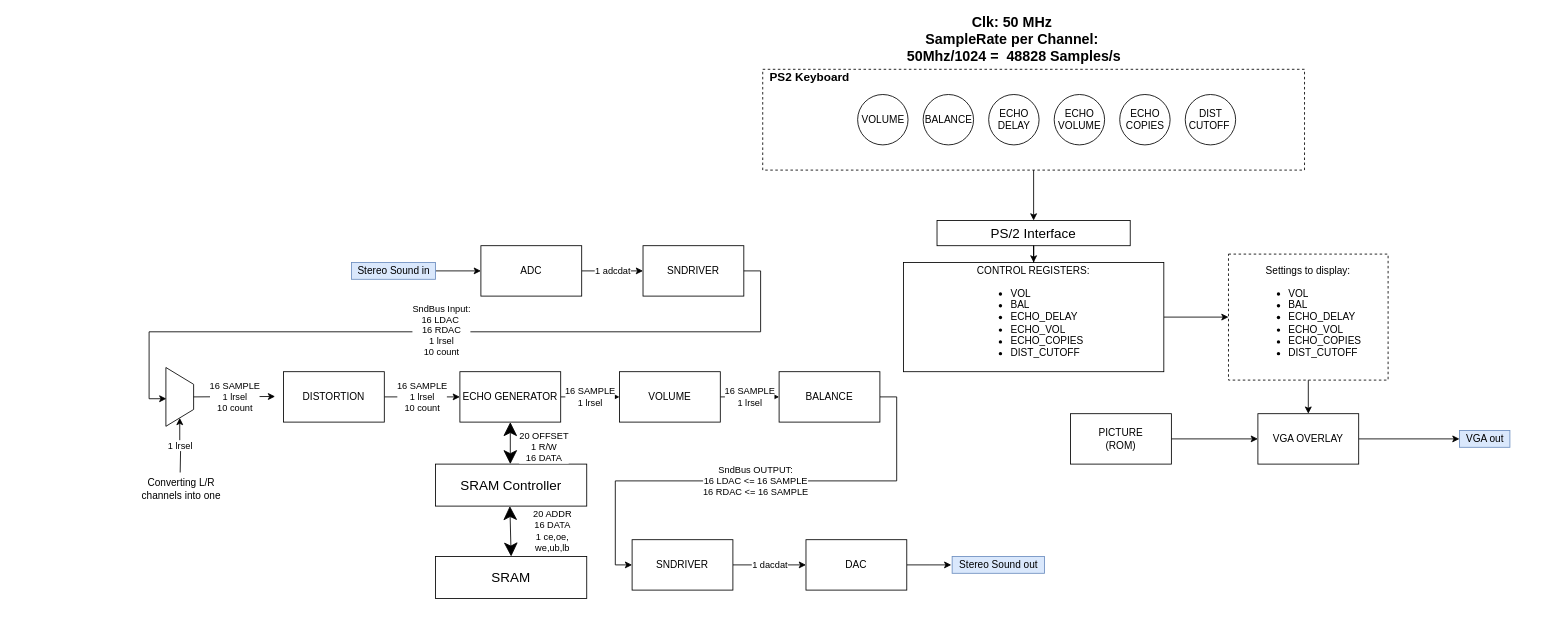
JoeyStrandnes/TSIU03-VHDL-Gang keeps this draw.io diagram as Documentation/blockdiagram.drawio. Above is the earlier version. Source tidied: cells renumbered, new cells numbered last; positions are measured from the earlier drawing's top-left corner, leaving out a move shared by most shapes. Both pictures are drawn from the tidied source at 84%, with x=0, y=0 at pixel (132, 18).
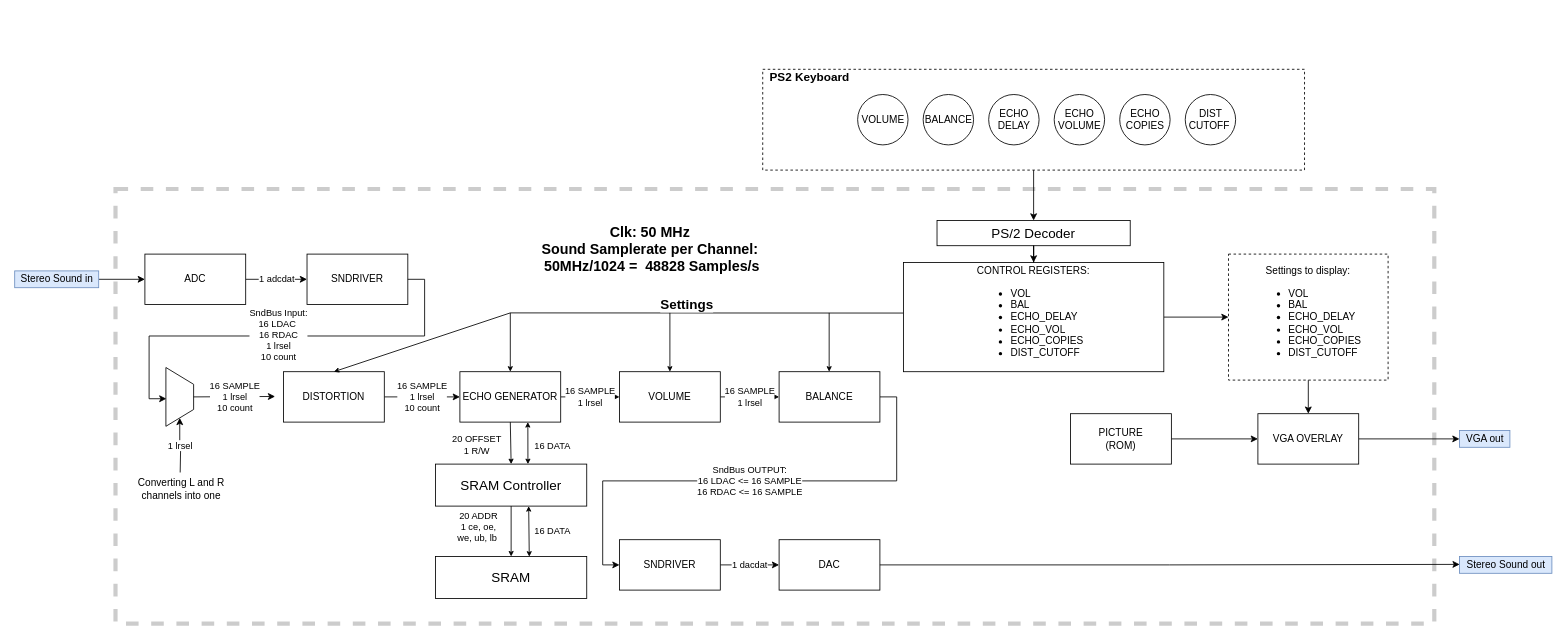
The same diagram, later.

Commit message (it also covers changes not shown here):
Uppdaterat igen...

Tror jag gjort allt Mikael bad om

The change refers to these unchanged cells:
```xml
<mxCell id="12" value="ECHO GENERATOR" style="rounded=0;whiteSpace=wrap;html=1;" parent="1" vertex="1">
  <mxGeometry x="390" y="420" width="120" height="60" as="geometry" />
</mxCell>
<mxCell id="14" value="DISTORTION" style="rounded=0;whiteSpace=wrap;html=1;" parent="1" vertex="1">
  <mxGeometry x="180" y="420" width="120" height="60" as="geometry" />
</mxCell>
<mxCell id="24" value="VOLUME" style="rounded=0;whiteSpace=wrap;html=1;" parent="1" vertex="1">
  <mxGeometry x="580" y="420" width="120" height="60" as="geometry" />
</mxCell>
<mxCell id="29" value="CONTROL REGISTERS:&lt;br&gt;&lt;div style=&quot;text-align: left&quot;&gt;&lt;ul&gt;&lt;li&gt;VOL&lt;/li&gt;&lt;li&gt;BAL&lt;/li&gt;&lt;li&gt;ECHO_DELAY&lt;/li&gt;&lt;li&gt;ECHO_VOL&lt;/li&gt;&lt;li&gt;ECHO_COPIES&lt;/li&gt;&lt;li&gt;DIST_CUTOFF&lt;/li&gt;&lt;/ul&gt;&lt;/div&gt;" style="rounded=0;whiteSpace=wrap;html=1;" parent="1" vertex="1">
  <mxGeometry x="918" y="290" width="310" height="130" as="geometry" />
</mxCell>
<mxCell id="40" value="&lt;span style=&quot;font-size: 16px&quot;&gt;SRAM Controller&lt;br&gt;&lt;/span&gt;" style="rounded=0;whiteSpace=wrap;html=1;shadow=0;fillColor=none;" parent="1" vertex="1">
  <mxGeometry x="361" y="530" width="180" height="50" as="geometry" />
</mxCell>
<mxCell id="49" value="&lt;span style=&quot;font-size: 16px&quot;&gt;SRAM&lt;br&gt;&lt;/span&gt;" style="rounded=0;whiteSpace=wrap;html=1;shadow=0;fillColor=none;" parent="1" vertex="1">
  <mxGeometry x="361" y="640" width="180" height="50" as="geometry" />
</mxCell>
```

The edit, as a diff of the source:
```diff
@@
+    <mxCell id="52" style="rounded=0;whiteSpace=wrap;html=1;hachureGap=4;dashed=1;opacity=20;strokeWidth=5;" parent="1" vertex="1">
+      <mxGeometry x="-20" y="202.5" width="1570" height="517.5" as="geometry" />
+    </mxCell>
@@
     <mxCell id="3" value="ADC" style="rounded=0;whiteSpace=wrap;html=1;" parent="1" vertex="1">
-      <mxGeometry x="415" y="270" width="120" height="60" as="geometry" />
+      <mxGeometry x="15" y="280" width="120" height="60" as="geometry" />
     </mxCell>
@@
-    <mxCell id="5" value="&lt;span&gt;Stereo Sound in&lt;br&gt;&lt;/span&gt;" style="text;html=1;align=center;verticalAlign=middle;points=[];fillColor=#dae8fc;strokeColor=#6c8ebf;" parent="1" vertex="1">
-      <mxGeometry x="261" y="290" width="100" height="20" as="geometry" />
+    <mxCell id="5" value="&lt;span&gt;Stereo Sound in&lt;br&gt;&lt;/span&gt;" style="text;html=1;align=center;verticalAlign=middle;points=[];fillColor=#dae8fc;strokeColor=#6c8ebf;imageWidth=24;imageHeight=24;" parent="1" vertex="1">
+      <mxGeometry x="-140" y="300" width="100" height="20" as="geometry" />
     </mxCell>
@@
-    <mxCell id="17" style="edgeStyle=orthogonalEdgeStyle;rounded=0;jettySize=auto;html=1;exitX=1;exitY=0.5;exitDx=0;exitDy=0;" parent="1" edge="1" source="18">
-      <mxGeometry relative="1" as="geometry">
-        <mxPoint x="975" y="650" as="targetPoint" />
-      </mxGeometry>
-    </mxCell>
     <mxCell id="18" value="DAC" style="rounded=0;whiteSpace=wrap;html=1;" parent="1" vertex="1">
-      <mxGeometry x="802" y="620" width="120" height="60" as="geometry" />
+      <mxGeometry x="770" y="620" width="120" height="60" as="geometry" />
     </mxCell>
     <mxCell id="19" value="Stereo Sound out" style="text;html=1;align=center;verticalAlign=middle;points=[];fillColor=#dae8fc;strokeColor=#6c8ebf;" parent="1" vertex="1">
-      <mxGeometry x="976" y="640" width="110" height="20" as="geometry" />
+      <mxGeometry x="1580" y="640" width="110" height="20" as="geometry" />
     </mxCell>
     <mxCell id="20" value="SNDRIVER" style="rounded=0;whiteSpace=wrap;html=1;" parent="1" vertex="1">
-      <mxGeometry x="608" y="270" width="120" height="60" as="geometry" />
+      <mxGeometry x="208" y="280" width="120" height="60" as="geometry" />
     </mxCell>
@@
     <mxCell id="22" value="SNDRIVER" style="rounded=0;whiteSpace=wrap;html=1;" parent="1" vertex="1">
-      <mxGeometry x="595" y="620" width="120" height="60" as="geometry" />
+      <mxGeometry x="580" y="620" width="120" height="60" as="geometry" />
     </mxCell>
@@
-    <mxCell id="27" value="&lt;b style=&quot;font-size: 17px&quot;&gt;Clk: 50 MHz&lt;br&gt;SampleRate per Channel:&lt;br&gt;&amp;nbsp;50Mhz/1024 =&amp;nbsp; 48828 Samples/s&lt;/b&gt;" style="text;html=1;align=center;verticalAlign=middle;strokeColor=none;fillColor=none;" parent="1" vertex="1">
-      <mxGeometry x="912" width="270" height="50" as="geometry" />
+    <mxCell id="27" value="&lt;b style=&quot;font-size: 17px&quot;&gt;Clk: 50 MHz&lt;br&gt;Sound Samplerate per Channel:&lt;br&gt;&amp;nbsp;50MHz/1024 =&amp;nbsp; 48828 Samples/s&lt;/b&gt;" style="text;html=1;align=center;verticalAlign=middle;strokeColor=none;fillColor=none;" parent="1" vertex="1">
+      <mxGeometry x="475.5" y="250" width="280" height="50" as="geometry" />
     </mxCell>
@@
-    <mxCell id="46" value="&lt;font size=&quot;1&quot;&gt;&lt;span style=&quot;font-size: 16px&quot;&gt;PS/2 Interface&lt;/span&gt;&lt;/font&gt;" style="rounded=0;whiteSpace=wrap;html=1;hachureGap=4;" parent="1" vertex="1">
+    <mxCell id="46" value="&lt;font size=&quot;1&quot;&gt;&lt;span style=&quot;font-size: 16px&quot;&gt;PS/2 Decoder&lt;/span&gt;&lt;/font&gt;" style="rounded=0;whiteSpace=wrap;html=1;hachureGap=4;" parent="1" vertex="1">
       <mxGeometry x="958" y="240" width="230" height="30" as="geometry" />
     </mxCell>
@@
-    <mxCell id="48" value="20 OFFSET&lt;br&gt;1 R/W&lt;br&gt;16 DATA" style="endArrow=classic;startArrow=classic;html=1;startSize=14;endSize=14;sourcePerimeterSpacing=8;targetPerimeterSpacing=8;entryX=0.5;entryY=1;entryDx=0;entryDy=0;" parent="1" edge="1" target="12">
-      <mxGeometry x="-0.2" y="-40" relative="1" as="geometry">
-        <mxPoint x="450" y="530" as="sourcePoint" />
+    <mxCell id="48" value="16 DATA" style="endArrow=classic;startArrow=classic;html=1;startSize=4;endSize=4;sourcePerimeterSpacing=8;targetPerimeterSpacing=8;entryX=0.674;entryY=1;entryDx=0;entryDy=0;entryPerimeter=0;" parent="1" edge="1" target="12">
+      <mxGeometry x="-0.18" y="-29" relative="1" as="geometry">
+        <mxPoint x="471" y="530" as="sourcePoint" />
       </mxGeometry>
     </mxCell>
@@
-    <mxCell id="50" value="20 ADDR&lt;br&gt;16 DATA&lt;br&gt;1 ce,oe,&lt;br&gt;we,ub,lb" style="endArrow=classic;startArrow=classic;html=1;startSize=14;endSize=14;sourcePerimeterSpacing=8;targetPerimeterSpacing=8;entryX=0.5;entryY=1;entryDx=0;entryDy=0;exitX=0.5;exitY=0;exitDx=0;exitDy=0;" parent="1" edge="1" source="49">
-      <mxGeometry x="-0.04" y="-50" relative="1" as="geometry">
-        <mxPoint x="449.5" y="580" as="targetPoint" />
-      </mxGeometry>
-    </mxCell>
-    <mxCell id="51" value="Converting L/R channels into one" style="text;html=1;strokeColor=none;fillColor=none;align=center;verticalAlign=middle;whiteSpace=wrap;rounded=0;hachureGap=4;" parent="1" vertex="1">
+    <mxCell id="51" value="Converting L and R channels into one" style="text;html=1;strokeColor=none;fillColor=none;align=center;verticalAlign=middle;whiteSpace=wrap;rounded=0;hachureGap=4;" parent="1" vertex="1">
       <mxGeometry y="550" width="117" height="20" as="geometry" />
     </mxCell>
+    <mxCell id="17" style="edgeStyle=orthogonalEdgeStyle;rounded=0;jettySize=auto;html=1;exitX=1;exitY=0.5;exitDx=0;exitDy=0;entryX=0.002;entryY=0.47;entryDx=0;entryDy=0;entryPerimeter=0;" parent="1" edge="1" source="18" target="19">
+      <mxGeometry relative="1" as="geometry" />
+    </mxCell>
+    <mxCell id="53" value="&lt;b&gt;&lt;font style=&quot;font-size: 16px&quot;&gt;Settings&lt;/font&gt;&lt;/b&gt;" style="endArrow=classic;html=1;startSize=14;endSize=4;sourcePerimeterSpacing=8;targetPerimeterSpacing=8;entryX=0.5;entryY=0;entryDx=0;entryDy=0;rounded=0;exitX=-0.001;exitY=0.463;exitDx=0;exitDy=0;exitPerimeter=0;" parent="1" edge="1" source="29" target="12">
+      <mxGeometry x="-0.04" y="-10" relative="1" as="geometry">
+        <Array as="points">
+          <mxPoint x="450" y="350" />
+        </Array>
+      </mxGeometry>
+    </mxCell>
+    <mxCell id="54" style="endArrow=classic;html=1;startSize=14;endSize=4;sourcePerimeterSpacing=8;targetPerimeterSpacing=8;entryX=0.5;entryY=0;entryDx=0;entryDy=0;" parent="1" edge="1" target="14">
+      <mxGeometry relative="1" as="geometry">
+        <mxPoint x="450" y="350" as="sourcePoint" />
+      </mxGeometry>
+    </mxCell>
+    <mxCell id="55" style="endArrow=classic;html=1;startSize=14;endSize=4;sourcePerimeterSpacing=8;targetPerimeterSpacing=8;entryX=0.5;entryY=0;entryDx=0;entryDy=0;" parent="1" edge="1" target="24">
+      <mxGeometry relative="1" as="geometry">
+        <mxPoint x="640" y="350" as="sourcePoint" />
+      </mxGeometry>
+    </mxCell>
+    <mxCell id="56" style="endArrow=classic;html=1;startSize=14;endSize=4;sourcePerimeterSpacing=8;targetPerimeterSpacing=8;entryX=0.5;entryY=0;entryDx=0;entryDy=0;" parent="1" edge="1">
+      <mxGeometry relative="1" as="geometry">
+        <mxPoint x="829.6" y="350" as="sourcePoint" />
+        <mxPoint x="829.6" y="420" as="targetPoint" />
+      </mxGeometry>
+    </mxCell>
+    <mxCell id="57" value="16 DATA" style="endArrow=classic;startArrow=classic;html=1;startSize=4;endSize=4;sourcePerimeterSpacing=8;targetPerimeterSpacing=8;entryX=0.616;entryY=1.001;entryDx=0;entryDy=0;entryPerimeter=0;exitX=0.62;exitY=0.004;exitDx=0;exitDy=0;exitPerimeter=0;" parent="1" edge="1" source="49" target="40">
+      <mxGeometry x="-0.01" y="-28" relative="1" as="geometry" />
+    </mxCell>
+    <mxCell id="58" style="endArrow=classic;html=1;startSize=4;endSize=4;sourcePerimeterSpacing=1;targetPerimeterSpacing=1;exitX=0.5;exitY=1;exitDx=0;exitDy=0;entryX=0.5;entryY=0;entryDx=0;entryDy=0;" parent="1" edge="1" source="12" target="40">
+      <mxGeometry relative="1" as="geometry" />
+    </mxCell>
+    <mxCell id="59" value="20 OFFSET&lt;br&gt;1 R/W" style="edgeLabel;html=1;align=center;verticalAlign=middle;" parent="58" vertex="1">
+      <mxGeometry x="0.08" y="1" relative="1" as="geometry">
+        <mxPoint x="-42" as="offset" />
+      </mxGeometry>
+    </mxCell>
+    <mxCell id="60" style="endArrow=classic;html=1;startSize=4;endSize=4;sourcePerimeterSpacing=1;targetPerimeterSpacing=1;exitX=0.5;exitY=1;exitDx=0;exitDy=0;entryX=0.5;entryY=0;entryDx=0;entryDy=0;" parent="1" edge="1" source="40" target="49">
+      <mxGeometry relative="1" as="geometry" />
+    </mxCell>
+    <mxCell id="61" value="20 ADDR&lt;br&gt;1 ce, oe,&lt;br&gt;we, ub, lb&amp;nbsp;" style="edgeLabel;html=1;align=center;verticalAlign=middle;" parent="60" vertex="1">
+      <mxGeometry x="0.08" y="1" relative="1" as="geometry">
+        <mxPoint x="-41" y="-8" as="offset" />
+      </mxGeometry>
+    </mxCell>
```
